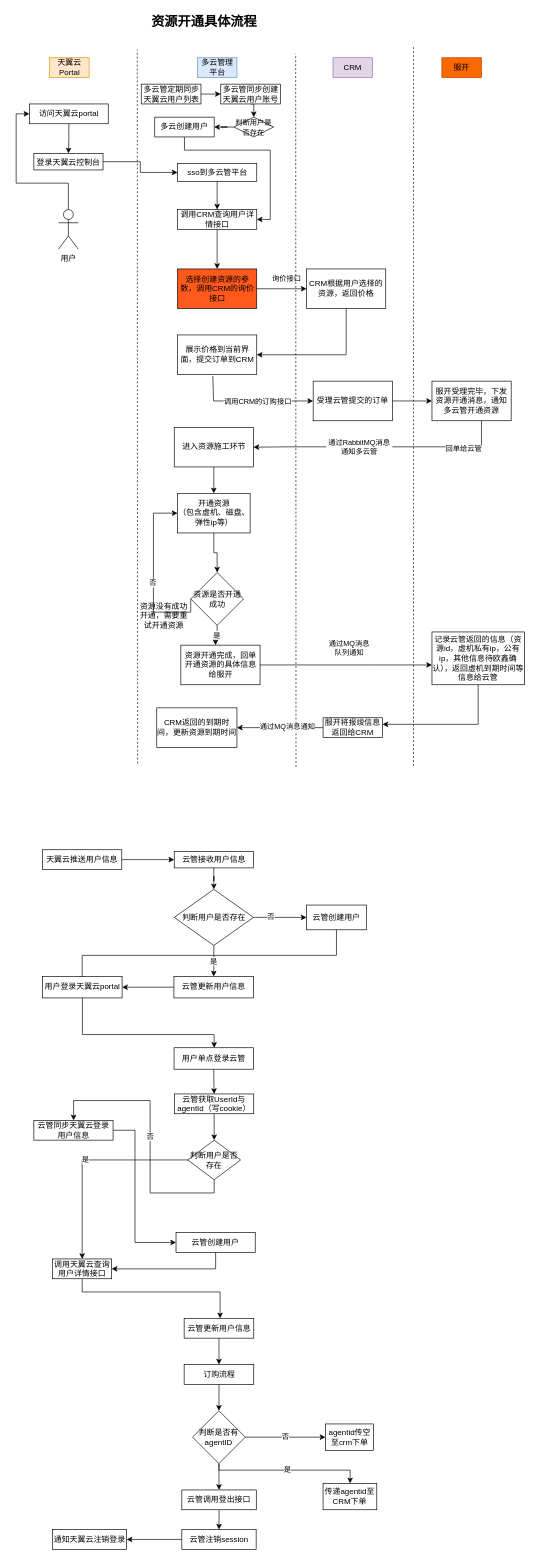
This is CTyun-bak.drawio from link-yuml/diagrams, a draw.io file, before an edit. Source tidied: cells renumbered, new cells numbered last; positions are measured from the earlier drawing's top-left corner, leaving out a move shared by most shapes. Both pictures are drawn from the tidied source at 66%, with x=0, y=0 at pixel (16, 11).
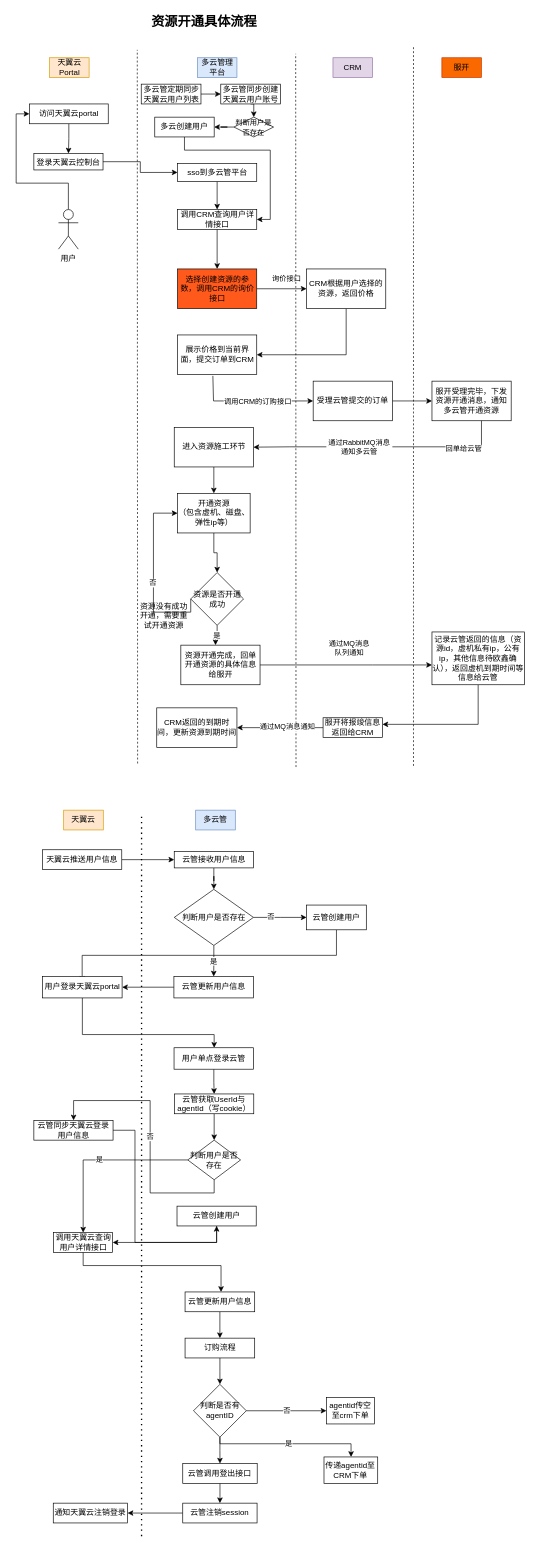
Above is the later version.

The edit, as a diff of the source:
```diff
@@
     <mxCell id="83" style="edgeStyle=orthogonalEdgeStyle;rounded=0;jettySize=auto;html=1;" parent="1" edge="1" source="84" target="86">
       <mxGeometry relative="1" as="geometry">
         <Array as="points">
-          <mxPoint x="100" y="1940" />
-          <mxPoint x="309" y="1940" />
+          <mxPoint x="101.4" y="1900" />
+          <mxPoint x="310.4" y="1900" />
         </Array>
       </mxGeometry>
     </mxCell>
     <mxCell id="84" value="调用天翼云查询用户详情接口" style="whiteSpace=wrap;html=1;rounded=0;" parent="1" vertex="1">
-      <mxGeometry x="55.2" y="1890" width="89.5" height="30" as="geometry" />
+      <mxGeometry x="56.7" y="1850" width="89.5" height="30" as="geometry" />
     </mxCell>
@@
     <mxCell id="86" value="云管更新用户信息" style="whiteSpace=wrap;html=1;rounded=0;" parent="1" vertex="1">
-      <mxGeometry x="254.5" y="1980" width="105.5" height="30" as="geometry" />
+      <mxGeometry x="255.9" y="1940" width="105.5" height="30" as="geometry" />
     </mxCell>
@@
     <mxCell id="89" style="edgeStyle=orthogonalEdgeStyle;rounded=0;jettySize=auto;html=1;entryX=1;entryY=0.5;entryDx=0;entryDy=0;" parent="1" edge="1" source="90" target="84">
       <mxGeometry relative="1" as="geometry">
         <Array as="points">
-          <mxPoint x="302" y="1905" />
+          <mxPoint x="303.4" y="1865" />
         </Array>
       </mxGeometry>
     </mxCell>
     <mxCell id="90" value="云管创建用户" style="whiteSpace=wrap;html=1;rounded=0;" parent="1" vertex="1">
-      <mxGeometry x="242.2" y="1850" width="120" height="30" as="geometry" />
+      <mxGeometry x="243.7" y="1810" width="120" height="30" as="geometry" />
     </mxCell>
@@
     <mxCell id="92" value="订购流程" style="whiteSpace=wrap;html=1;rounded=0;" parent="1" vertex="1">
-      <mxGeometry x="254.5" y="2050" width="105.5" height="30" as="geometry" />
+      <mxGeometry x="255.9" y="2010" width="105.5" height="30" as="geometry" />
     </mxCell>
     <mxCell id="93" value="是" style="edgeStyle=orthogonalEdgeStyle;rounded=0;jettySize=auto;html=1;" parent="1" edge="1" source="96" target="97">
       <mxGeometry relative="1" as="geometry">
         <Array as="points">
-          <mxPoint x="307" y="2210" />
-          <mxPoint x="506" y="2210" />
+          <mxPoint x="308.4" y="2170" />
+          <mxPoint x="507.4" y="2170" />
         </Array>
       </mxGeometry>
     </mxCell>
@@
     <mxCell id="96" value="判断是否有agentID" style="rhombus;whiteSpace=wrap;html=1;rounded=0;" parent="1" vertex="1">
-      <mxGeometry x="267.2" y="2120" width="80" height="80" as="geometry" />
+      <mxGeometry x="268.7" y="2080" width="80" height="80" as="geometry" />
     </mxCell>
     <mxCell id="97" value="传递agentid至CRM下单" style="whiteSpace=wrap;html=1;rounded=0;" parent="1" vertex="1">
-      <mxGeometry x="465" y="2230" width="81.4" height="40" as="geometry" />
+      <mxGeometry x="466.4" y="2190" width="81.4" height="40" as="geometry" />
     </mxCell>
     <mxCell id="98" value="agentid传空至crm下单" style="whiteSpace=wrap;html=1;rounded=0;" parent="1" vertex="1">
-      <mxGeometry x="468.6" y="2140" width="72.8" height="40" as="geometry" />
+      <mxGeometry x="470.1" y="2100" width="72.8" height="40" as="geometry" />
     </mxCell>
@@
     <mxCell id="100" value="云管调用登出接口" style="whiteSpace=wrap;html=1;rounded=0;" parent="1" vertex="1">
-      <mxGeometry x="251" y="2240" width="112.8" height="30" as="geometry" />
+      <mxGeometry x="252.4" y="2200" width="112.8" height="30" as="geometry" />
     </mxCell>
@@
     <mxCell id="102" value="云管注销session" style="whiteSpace=wrap;html=1;rounded=0;" parent="1" vertex="1">
-      <mxGeometry x="251" y="2300" width="112.6" height="30" as="geometry" />
+      <mxGeometry x="252.4" y="2260" width="112.6" height="30" as="geometry" />
     </mxCell>
     <mxCell id="103" value="通知天翼云注销登录" style="whiteSpace=wrap;html=1;rounded=0;" parent="1" vertex="1">
-      <mxGeometry x="54.8" y="2300" width="112.6" height="30" as="geometry" />
+      <mxGeometry x="56.2" y="2260" width="112.6" height="30" as="geometry" />
     </mxCell>
+    <mxCell id="104" value="天翼云" style="text;html=1;strokeColor=#d79b00;fillColor=#ffe6cc;align=center;verticalAlign=middle;whiteSpace=wrap;rounded=0;" parent="1" vertex="1">
+      <mxGeometry x="72" y="1210" width="60" height="30" as="geometry" />
+    </mxCell>
+    <mxCell id="105" value="多云管" style="text;html=1;strokeColor=#6c8ebf;fillColor=#dae8fc;align=center;verticalAlign=middle;whiteSpace=wrap;rounded=0;" parent="1" vertex="1">
+      <mxGeometry x="272" y="1210" width="60" height="30" as="geometry" />
+    </mxCell>
+    <mxCell id="106" style="endArrow=none;dashed=1;html=1;dashPattern=1 3;strokeWidth=2;rounded=0;" parent="1" edge="1">
+      <mxGeometry relative="1" as="geometry">
+        <mxPoint x="190" y="2310" as="sourcePoint" />
+        <mxPoint x="190" y="1220" as="targetPoint" />
+      </mxGeometry>
+    </mxCell>
```
